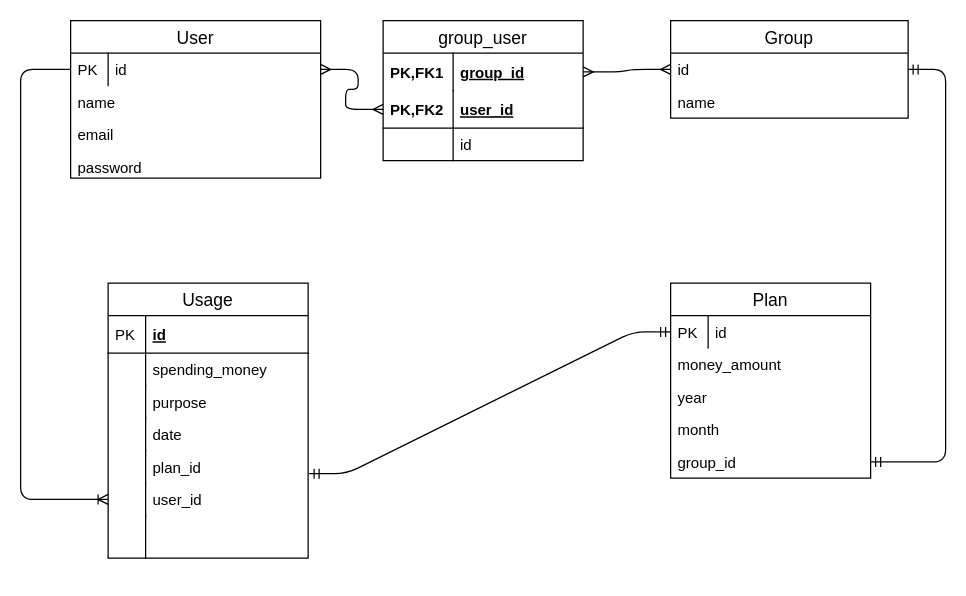
Earlier version of the draw.io diagram database.drawio (y-ohara8814/money_counter). Source tidied: cells renumbered, new cells numbered last; positions are measured from the earlier drawing's top-left corner, leaving out a move shared by most shapes. Both pictures are drawn from the tidied source at 125%, with x=0, y=0 at pixel (20, 20).
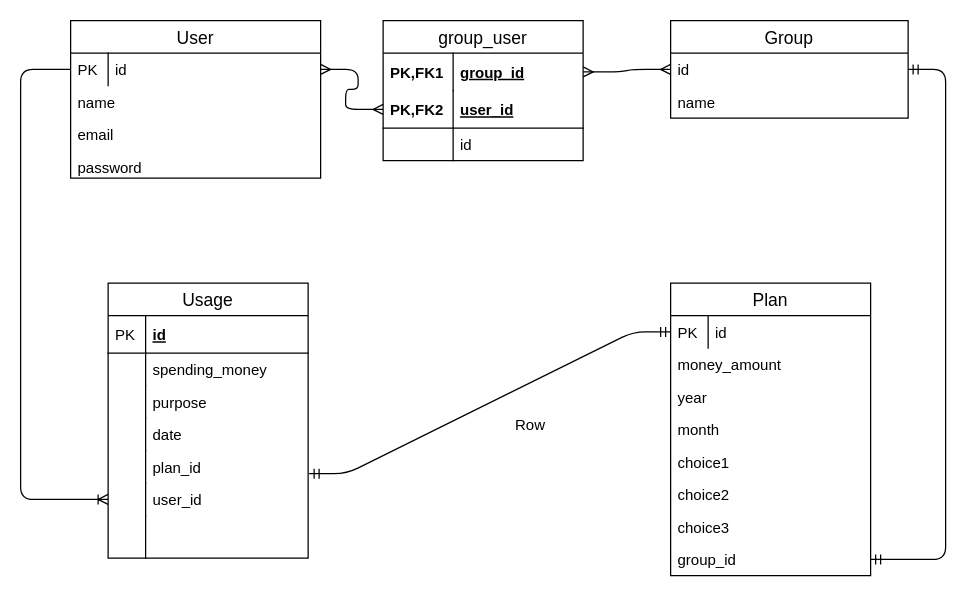
The same diagram, later.

What changed in the source:
```diff
@@
     <mxCell id="25" value="Plan" style="swimlane;fontStyle=0;horizontal=1;startSize=26;align=center;fontSize=14;" parent="1" vertex="1">
-      <mxGeometry x="520" y="210" width="160" height="156" as="geometry" />
+      <mxGeometry x="520" y="210" width="160" height="234" as="geometry" />
     </mxCell>
@@
+    <mxCell id="45" value="choice1" style="text;strokeColor=none;fillColor=none;spacingLeft=4;spacingRight=4;overflow=hidden;fontSize=12;" parent="25" vertex="1">
+      <mxGeometry y="130" width="160" height="26" as="geometry" />
+    </mxCell>
+    <mxCell id="46" value="choice2" style="text;strokeColor=none;fillColor=none;spacingLeft=4;spacingRight=4;overflow=hidden;fontSize=12;" parent="25" vertex="1">
+      <mxGeometry y="156" width="160" height="26" as="geometry" />
+    </mxCell>
+    <mxCell id="47" value="choice3" style="text;strokeColor=none;fillColor=none;spacingLeft=4;spacingRight=4;overflow=hidden;fontSize=12;" parent="25" vertex="1">
+      <mxGeometry y="182" width="160" height="26" as="geometry" />
+    </mxCell>
     <mxCell id="31" value="group_id" style="text;strokeColor=none;fillColor=none;spacingLeft=4;spacingRight=4;overflow=hidden;points=[[0,0.5],[1,0.5]];portConstraint=eastwest;fontSize=12;" parent="25" vertex="1">
-      <mxGeometry y="130" width="160" height="26" as="geometry" />
+      <mxGeometry y="208" width="160" height="26" as="geometry" />
     </mxCell>
@@
+    <mxCell id="48" value="Row" style="text;strokeColor=none;fillColor=none;spacingLeft=4;spacingRight=4;overflow=hidden;fontSize=12;" parent="1" vertex="1">
+      <mxGeometry x="390" y="310" width="40" height="26" as="geometry" />
+    </mxCell>
```
